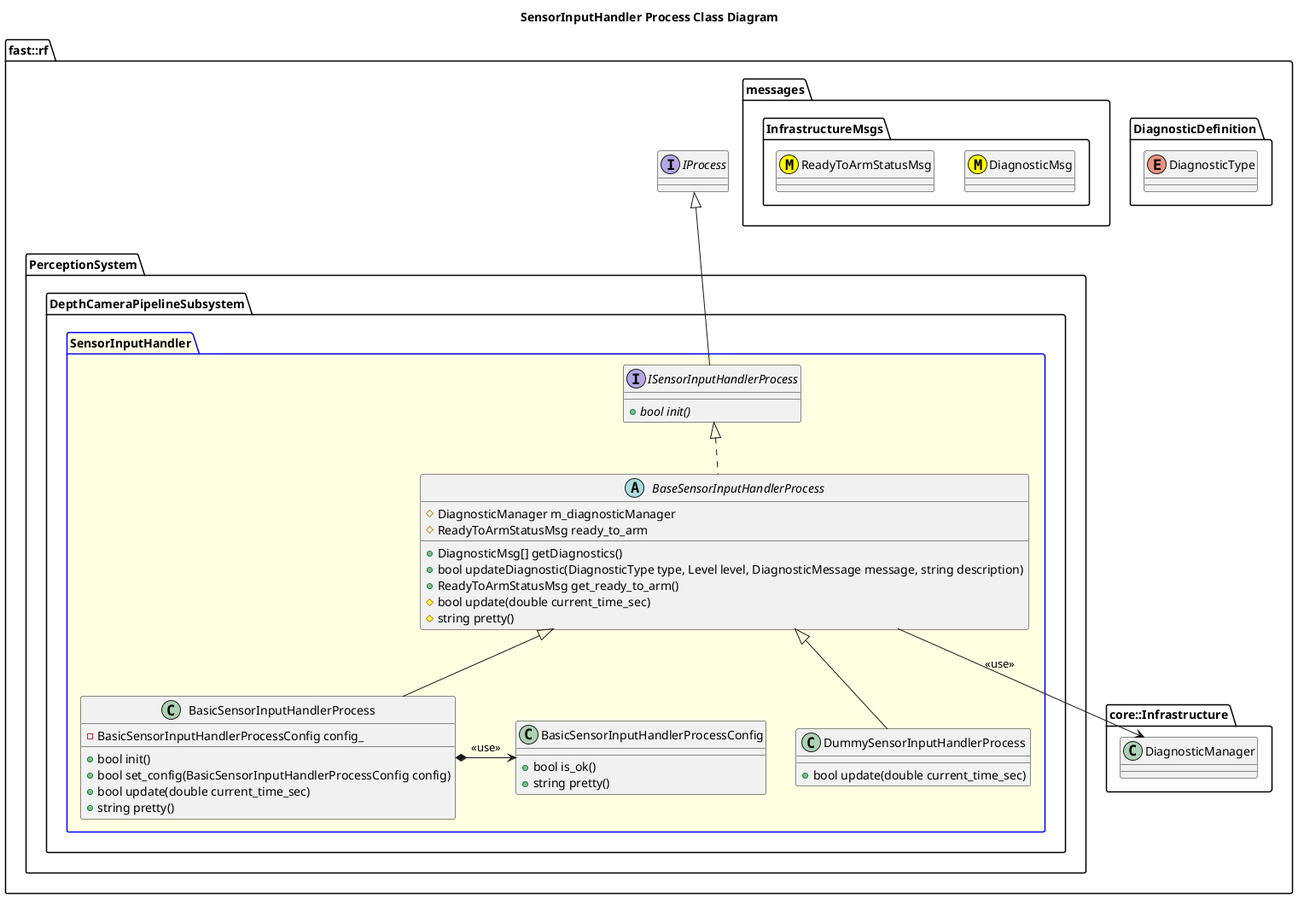
Above: Systems/Perception/Subsystems/DepthCameraPipeline/Processes/SensorInputHandler/doc/puml/SensorInputHandlerProcessClassDiagram.png in fastrobotics/robot_framework (PlantUML), before the change. The source it was exported from:
```plantuml
@startuml
title SensorInputHandler Process Class Diagram

namespace fast::rf {
  namespace DiagnosticDefinition {
    enum DiagnosticType
  }
  namespace messages {
    namespace InfrastructureMsgs {
      class DiagnosticMsg <<(M,#FFFF00)>>
      class ReadyToArmStatusMsg <<(M,#FFFF00)>>
    }
  }
  namespace core::Infrastructure {
    class DiagnosticManager
  }
  interface IProcess
  namespace PerceptionSystem {
    namespace DepthCameraPipelineSubsystem {
      package SensorInputHandler #LightYellow;line:blue {

        interface ISensorInputHandlerProcess  {
          +{abstract} bool init()
        }
        ISensorInputHandlerProcess -up-|> IProcess
        abstract BaseSensorInputHandlerProcess {
          +DiagnosticMsg[] getDiagnostics()
          +bool updateDiagnostic(DiagnosticType type, Level level, DiagnosticMessage message, string description)
          +ReadyToArmStatusMsg get_ready_to_arm()
          #bool update(double current_time_sec)
          #string pretty()
          #DiagnosticManager m_diagnosticManager
          #ReadyToArmStatusMsg ready_to_arm

        }
        BaseSensorInputHandlerProcess .up.|> ISensorInputHandlerProcess
        BaseSensorInputHandlerProcess --> DiagnosticManager: <<use>>
        class BasicSensorInputHandlerProcessConfig {
          +bool is_ok()
          +string pretty()
        }
        class BasicSensorInputHandlerProcess {
          +bool init()
          +bool set_config(BasicSensorInputHandlerProcessConfig config)
          +bool update(double current_time_sec)
	  +string pretty()
          -BasicSensorInputHandlerProcessConfig config_
        }
        BasicSensorInputHandlerProcess -up-|> BaseSensorInputHandlerProcess
        BasicSensorInputHandlerProcess *-> BasicSensorInputHandlerProcessConfig: <<use>>
        class DummySensorInputHandlerProcess {
          +bool update(double current_time_sec)
        }
        DummySensorInputHandlerProcess -up-|> BaseSensorInputHandlerProcess
      }
    }
  }
}
@enduml
```
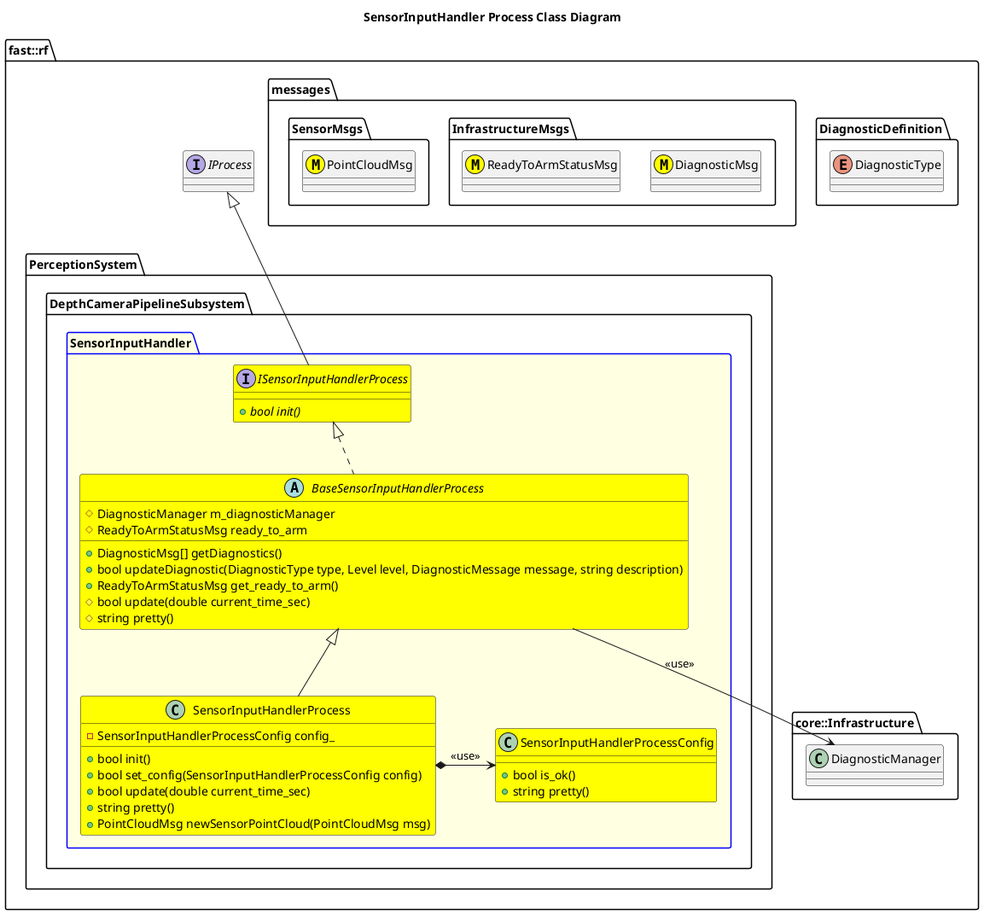
The same diagram one commit later.

Diff of the diagram source:
```diff
@@ -2,58 +2,58 @@
 title SensorInputHandler Process Class Diagram
 
 namespace fast::rf {
-  namespace DiagnosticDefinition {
-    enum DiagnosticType
-  }
-  namespace messages {
-    namespace InfrastructureMsgs {
-      class DiagnosticMsg <<(M,#FFFF00)>>
-      class ReadyToArmStatusMsg <<(M,#FFFF00)>>
+    namespace DiagnosticDefinition {
+        enum DiagnosticType
     }
-  }
-  namespace core::Infrastructure {
-    class DiagnosticManager
-  }
-  interface IProcess
-  namespace PerceptionSystem {
-    namespace DepthCameraPipelineSubsystem {
-      package SensorInputHandler #LightYellow;line:blue {
+    namespace messages {
+        namespace InfrastructureMsgs {
+            class DiagnosticMsg <<(M,#FFFF00)>>
+            class ReadyToArmStatusMsg <<(M,#FFFF00)>>
+        }
+        namespace SensorMsgs {
+            class PointCloudMsg <<(M,#FFFF00)>>
+        }
+    }
+    namespace core::Infrastructure {
+        class DiagnosticManager
+    }
+    interface IProcess
+    namespace PerceptionSystem {
+        namespace DepthCameraPipelineSubsystem {
+            package SensorInputHandler #LightYellow;line:blue {
 
-        interface ISensorInputHandlerProcess  {
-          +{abstract} bool init()
+                interface ISensorInputHandlerProcess #Yellow {
+                    +{abstract} bool init()
+                }
+                ISensorInputHandlerProcess -up-|> IProcess
+                abstract BaseSensorInputHandlerProcess #Yellow {
+                    +DiagnosticMsg[] getDiagnostics()
+                    +bool updateDiagnostic(DiagnosticType type, Level level, DiagnosticMessage message, string description)
+                    +ReadyToArmStatusMsg get_ready_to_arm()
+                    #bool update(double current_time_sec)
+                    #string pretty()
+                    #DiagnosticManager m_diagnosticManager
+                    #ReadyToArmStatusMsg ready_to_arm
+
+                }
+                BaseSensorInputHandlerProcess .up.|> ISensorInputHandlerProcess
+                BaseSensorInputHandlerProcess --> DiagnosticManager: <<use>>
+                class SensorInputHandlerProcessConfig #Yellow {
+                    +bool is_ok()
+                    +string pretty()
+                }
+                class SensorInputHandlerProcess #Yellow {
+                    +bool init()
+                    +bool set_config(SensorInputHandlerProcessConfig config)
+                    +bool update(double current_time_sec)
+                    +string pretty()
+                    +PointCloudMsg newSensorPointCloud(PointCloudMsg msg)
+                    -SensorInputHandlerProcessConfig config_
+                }
+                SensorInputHandlerProcess -up-|> BaseSensorInputHandlerProcess
+                SensorInputHandlerProcess *-> SensorInputHandlerProcessConfig: <<use>>
+            }
         }
-        ISensorInputHandlerProcess -up-|> IProcess
-        abstract BaseSensorInputHandlerProcess {
-          +DiagnosticMsg[] getDiagnostics()
-          +bool updateDiagnostic(DiagnosticType type, Level level, DiagnosticMessage message, string description)
-          +ReadyToArmStatusMsg get_ready_to_arm()
-          #bool update(double current_time_sec)
-          #string pretty()
-          #DiagnosticManager m_diagnosticManager
-          #ReadyToArmStatusMsg ready_to_arm
-
-        }
-        BaseSensorInputHandlerProcess .up.|> ISensorInputHandlerProcess
-        BaseSensorInputHandlerProcess --> DiagnosticManager: <<use>>
-        class BasicSensorInputHandlerProcessConfig {
-          +bool is_ok()
-          +string pretty()
-        }
-        class BasicSensorInputHandlerProcess {
-          +bool init()
-          +bool set_config(BasicSensorInputHandlerProcessConfig config)
-          +bool update(double current_time_sec)
-	  +string pretty()
-          -BasicSensorInputHandlerProcessConfig config_
-        }
-        BasicSensorInputHandlerProcess -up-|> BaseSensorInputHandlerProcess
-        BasicSensorInputHandlerProcess *-> BasicSensorInputHandlerProcessConfig: <<use>>
-        class DummySensorInputHandlerProcess {
-          +bool update(double current_time_sec)
-        }
-        DummySensorInputHandlerProcess -up-|> BaseSensorInputHandlerProcess
-      }
     }
-  }
 }
 @enduml
```
